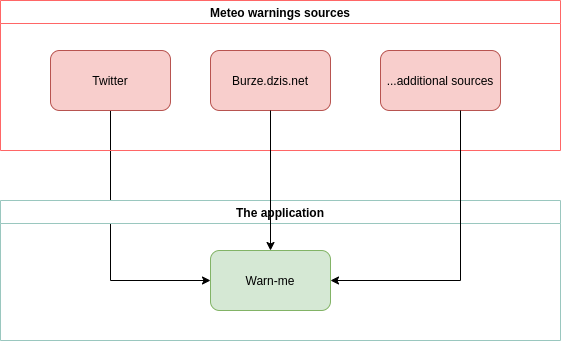
Above: docs/warn-me-arch-diagram.png in TheBrothersCode/WarnMe (draw.io), before the change. Source tidied: cells renumbered, new cells last; positions are measured from the earlier drawing's top-left corner, leaving out a move shared by most shapes. The source it was exported from:
```xml
<mxGraphModel>
  <root>
    <mxCell id="0" />
    <mxCell id="1" parent="0" />
    <mxCell id="2" style="edgeStyle=orthogonalEdgeStyle;rounded=0;jettySize=auto;html=1;entryX=0;entryY=0.5;entryDx=0;entryDy=0;exitX=0.5;exitY=1;exitDx=0;exitDy=0;" parent="1" edge="1" source="3" target="8">
      <mxGeometry relative="1" as="geometry" />
    </mxCell>
    <mxCell id="3" value="Twitter" style="rounded=1;whiteSpace=wrap;html=1;fillColor=#f8cecc;strokeColor=#b85450;" parent="1" vertex="1">
      <mxGeometry x="50" y="50" width="120" height="60" as="geometry" />
    </mxCell>
    <mxCell id="4" value="Meteo warnings sources" style="swimlane;rounded=0;strokeColor=#FF6666;" parent="1" vertex="1">
      <mxGeometry width="560" height="150" as="geometry" />
    </mxCell>
    <mxCell id="5" value="Burze.dzis.net" style="rounded=1;whiteSpace=wrap;html=1;fillColor=#f8cecc;strokeColor=#b85450;" parent="4" vertex="1">
      <mxGeometry x="210" y="50" width="120" height="60" as="geometry" />
    </mxCell>
    <mxCell id="6" value="...additional sources" style="rounded=1;whiteSpace=wrap;html=1;fillColor=#f8cecc;strokeColor=#b85450;" parent="4" vertex="1">
      <mxGeometry x="380" y="50" width="120" height="60" as="geometry" />
    </mxCell>
    <mxCell id="7" value="The application" style="swimlane;rounded=0;strokeColor=#9AC7BF;" parent="1" vertex="1">
      <mxGeometry y="200" width="560" height="140" as="geometry" />
    </mxCell>
    <mxCell id="8" value="Warn-me" style="rounded=1;whiteSpace=wrap;html=1;fillColor=#d5e8d4;strokeColor=#82b366;" parent="7" vertex="1">
      <mxGeometry x="210" y="50" width="120" height="60" as="geometry" />
    </mxCell>
    <mxCell id="9" style="edgeStyle=orthogonalEdgeStyle;rounded=0;jettySize=auto;html=1;entryX=0.5;entryY=0;entryDx=0;entryDy=0;" parent="1" edge="1" source="5" target="8">
      <mxGeometry relative="1" as="geometry" />
    </mxCell>
    <mxCell id="10" style="edgeStyle=orthogonalEdgeStyle;rounded=0;jettySize=auto;html=1;entryX=1;entryY=0.5;entryDx=0;entryDy=0;" parent="1" edge="1" source="6" target="8">
      <mxGeometry relative="1" as="geometry">
        <Array as="points">
          <mxPoint x="460" y="280" />
        </Array>
      </mxGeometry>
    </mxCell>
  </root>
</mxGraphModel>
```
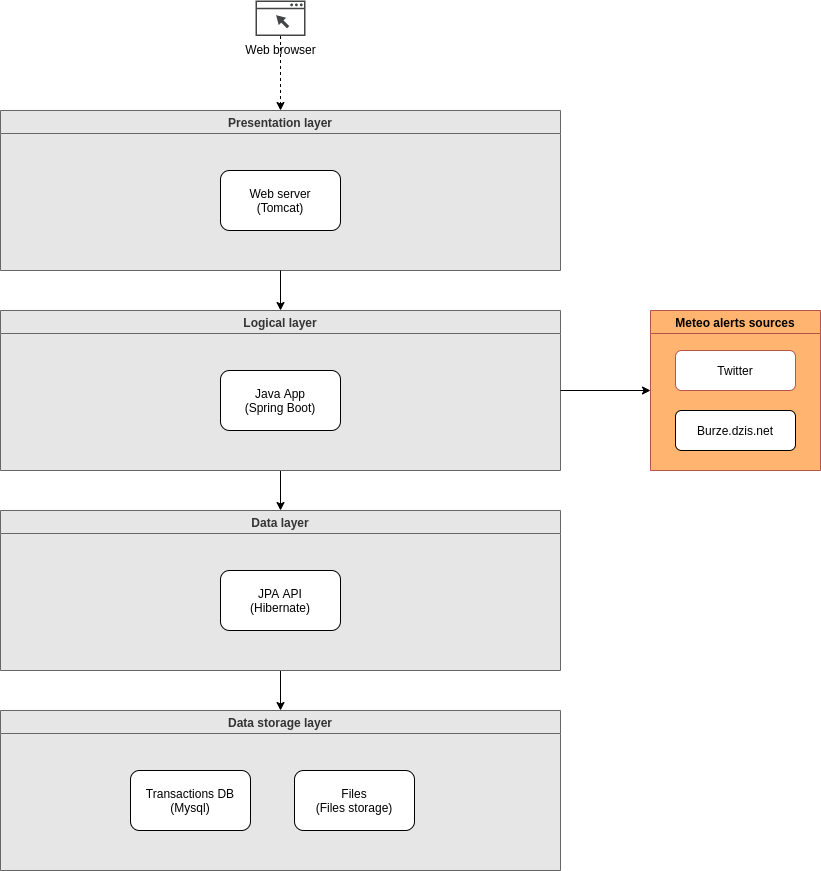
After the commit.

Commit message:
arch diagram update

Diff of the diagram source:
```diff
@@ -2,36 +2,59 @@
   <root>
     <mxCell id="0" />
     <mxCell id="1" parent="0" />
-    <mxCell id="2" style="edgeStyle=orthogonalEdgeStyle;rounded=0;jettySize=auto;html=1;entryX=0;entryY=0.5;entryDx=0;entryDy=0;exitX=0.5;exitY=1;exitDx=0;exitDy=0;" parent="1" edge="1" source="3" target="8">
-      <mxGeometry relative="1" as="geometry" />
-    </mxCell>
-    <mxCell id="3" value="Twitter" style="rounded=1;whiteSpace=wrap;html=1;fillColor=#f8cecc;strokeColor=#b85450;" parent="1" vertex="1">
-      <mxGeometry x="50" y="50" width="120" height="60" as="geometry" />
-    </mxCell>
-    <mxCell id="4" value="Meteo warnings sources" style="swimlane;rounded=0;strokeColor=#FF6666;" parent="1" vertex="1">
-      <mxGeometry width="560" height="150" as="geometry" />
+    <mxCell id="4" value="Meteo alerts sources" style="swimlane;rounded=0;strokeColor=#b85450;swimlaneFillColor=#FFB570;fillColor=#FFB570;startSize=23;" parent="1" vertex="1">
+      <mxGeometry x="770" y="-550" width="170" height="160" as="geometry" />
     </mxCell>
-    <mxCell id="5" value="Burze.dzis.net" style="rounded=1;whiteSpace=wrap;html=1;fillColor=#f8cecc;strokeColor=#b85450;" parent="4" vertex="1">
-      <mxGeometry x="210" y="50" width="120" height="60" as="geometry" />
+    <mxCell id="5" value="Burze.dzis.net" style="rounded=1;whiteSpace=wrap;html=1;" parent="4" vertex="1">
+      <mxGeometry x="25" y="100" width="120" height="40" as="geometry" />
     </mxCell>
-    <mxCell id="6" value="...additional sources" style="rounded=1;whiteSpace=wrap;html=1;fillColor=#f8cecc;strokeColor=#b85450;" parent="4" vertex="1">
-      <mxGeometry x="380" y="50" width="120" height="60" as="geometry" />
-    </mxCell>
+    <mxCell id="3" value="Twitter" style="rounded=1;whiteSpace=wrap;html=1;strokeColor=#b85450;fillColor=#FFFFFF;" parent="4" vertex="1">
+      <mxGeometry x="25" y="40" width="120" height="40" as="geometry" />
+    </mxCell>
+    <mxCell id="11" style="edgeStyle=orthogonalEdgeStyle;rounded=0;jettySize=auto;html=1;entryX=0.5;entryY=0;entryDx=0;entryDy=0;startArrow=none;startFill=0;" parent="1" edge="1" source="7" target="15">
+      <mxGeometry relative="1" as="geometry" />
+    </mxCell>
-    <mxCell id="7" value="The application" style="swimlane;rounded=0;strokeColor=#9AC7BF;" parent="1" vertex="1">
-      <mxGeometry y="200" width="560" height="140" as="geometry" />
+    <mxCell id="7" value="Data layer" style="swimlane;rounded=0;strokeColor=#666666;fontColor=#333333;swimlaneFillColor=#E6E6E6;fillColor=#E6E6E6;" parent="1" vertex="1">
+      <mxGeometry x="120" y="-350" width="560" height="160" as="geometry" />
     </mxCell>
-    <mxCell id="8" value="Warn-me" style="rounded=1;whiteSpace=wrap;html=1;fillColor=#d5e8d4;strokeColor=#82b366;" parent="7" vertex="1">
-      <mxGeometry x="210" y="50" width="120" height="60" as="geometry" />
-    </mxCell>
-    <mxCell id="9" style="edgeStyle=orthogonalEdgeStyle;rounded=0;jettySize=auto;html=1;entryX=0.5;entryY=0;entryDx=0;entryDy=0;" parent="1" edge="1" source="5" target="8">
-      <mxGeometry relative="1" as="geometry" />
-    </mxCell>
-    <mxCell id="10" style="edgeStyle=orthogonalEdgeStyle;rounded=0;jettySize=auto;html=1;entryX=1;entryY=0.5;entryDx=0;entryDy=0;" parent="1" edge="1" source="6" target="8">
-      <mxGeometry relative="1" as="geometry">
-        <Array as="points">
-          <mxPoint x="460" y="280" />
-        </Array>
-      </mxGeometry>
-    </mxCell>
+    <mxCell id="12" value="JPA API&lt;br&gt;(Hibernate)" style="rounded=1;whiteSpace=wrap;html=1;" parent="7" vertex="1">
+      <mxGeometry x="220" y="60" width="120" height="60" as="geometry" />
+    </mxCell>
+    <mxCell id="13" value="Presentation layer" style="swimlane;rounded=0;strokeColor=#666666;fontColor=#333333;swimlaneFillColor=#E6E6E6;fillColor=#E6E6E6;" parent="1" vertex="1">
+      <mxGeometry x="120" y="-750" width="560" height="160" as="geometry" />
+    </mxCell>
+    <mxCell id="14" value="Web server&lt;br&gt;(Tomcat)" style="rounded=1;whiteSpace=wrap;html=1;" parent="13" vertex="1">
+      <mxGeometry x="220" y="60" width="120" height="60" as="geometry" />
+    </mxCell>
+    <mxCell id="15" value="Data storage layer" style="swimlane;rounded=0;strokeColor=#666666;fontColor=#333333;swimlaneFillColor=#E6E6E6;fillColor=#E6E6E6;" parent="1" vertex="1">
+      <mxGeometry x="120" y="-150" width="560" height="160" as="geometry" />
+    </mxCell>
+    <mxCell id="16" value="Transactions DB&lt;br&gt;(Mysql)" style="rounded=1;whiteSpace=wrap;html=1;" parent="15" vertex="1">
+      <mxGeometry x="130" y="60" width="120" height="60" as="geometry" />
+    </mxCell>
+    <mxCell id="17" value="Files&lt;br&gt;(Files storage)" style="rounded=1;whiteSpace=wrap;html=1;" parent="15" vertex="1">
+      <mxGeometry x="294" y="60" width="120" height="60" as="geometry" />
+    </mxCell>
+    <mxCell id="18" style="edgeStyle=orthogonalEdgeStyle;rounded=0;jettySize=auto;html=1;entryX=0.5;entryY=0;entryDx=0;entryDy=0;startArrow=none;startFill=0;dashed=1;" parent="1" edge="1" source="19" target="13">
+      <mxGeometry relative="1" as="geometry" />
+    </mxCell>
+    <mxCell id="19" value="Web browser" style="shadow=0;dashed=0;html=1;strokeColor=none;fillColor=#434445;labelPosition=center;verticalLabelPosition=bottom;verticalAlign=top;align=center;outlineConnect=0;shape=mxgraph.vvd.web_browser;horizontal=1;spacing=2;spacingTop=0;" parent="1" vertex="1">
+      <mxGeometry x="375" y="-860" width="50" height="35.5" as="geometry" />
+    </mxCell>
+    <mxCell id="20" style="edgeStyle=orthogonalEdgeStyle;rounded=0;jettySize=auto;html=1;entryX=0.5;entryY=0;entryDx=0;entryDy=0;startArrow=none;startFill=0;" parent="1" edge="1" source="21" target="7">
+      <mxGeometry relative="1" as="geometry" />
+    </mxCell>
+    <mxCell id="21" value="Logical layer" style="swimlane;rounded=0;strokeColor=#666666;fontColor=#333333;swimlaneFillColor=#E6E6E6;fillColor=#E6E6E6;startSize=23;" parent="1" vertex="1">
+      <mxGeometry x="120" y="-550" width="560" height="160" as="geometry" />
+    </mxCell>
+    <mxCell id="22" value="Java App&lt;br&gt;(Spring Boot)" style="rounded=1;whiteSpace=wrap;html=1;" parent="21" vertex="1">
+      <mxGeometry x="220" y="60" width="120" height="60" as="geometry" />
+    </mxCell>
+    <mxCell id="23" style="edgeStyle=orthogonalEdgeStyle;rounded=0;jettySize=auto;html=1;entryX=0.5;entryY=0;entryDx=0;entryDy=0;startArrow=none;startFill=0;exitX=0.5;exitY=1;exitDx=0;exitDy=0;" parent="1" edge="1" source="13" target="21">
+      <mxGeometry relative="1" as="geometry" />
+    </mxCell>
+    <mxCell id="24" style="edgeStyle=orthogonalEdgeStyle;rounded=0;jettySize=auto;html=1;entryX=1;entryY=0.5;entryDx=0;entryDy=0;startArrow=classic;startFill=1;exitX=0;exitY=0.5;exitDx=0;exitDy=0;endArrow=none;endFill=0;" parent="1" edge="1" source="4" target="21">
+      <mxGeometry relative="1" as="geometry" />
+    </mxCell>
   </root>
 </mxGraphModel>
```
